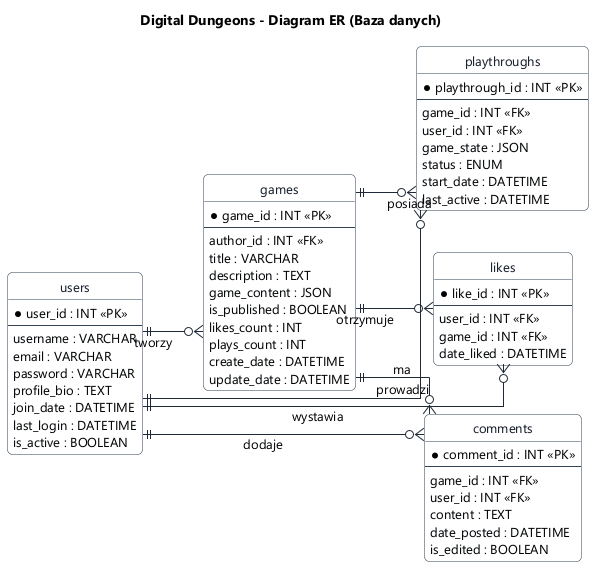
Earlier version of the PlantUML export Praca Licencjacka/diagramy-plantuml/erd.png (NasiadkaMaciej/Digital-Dungeons).
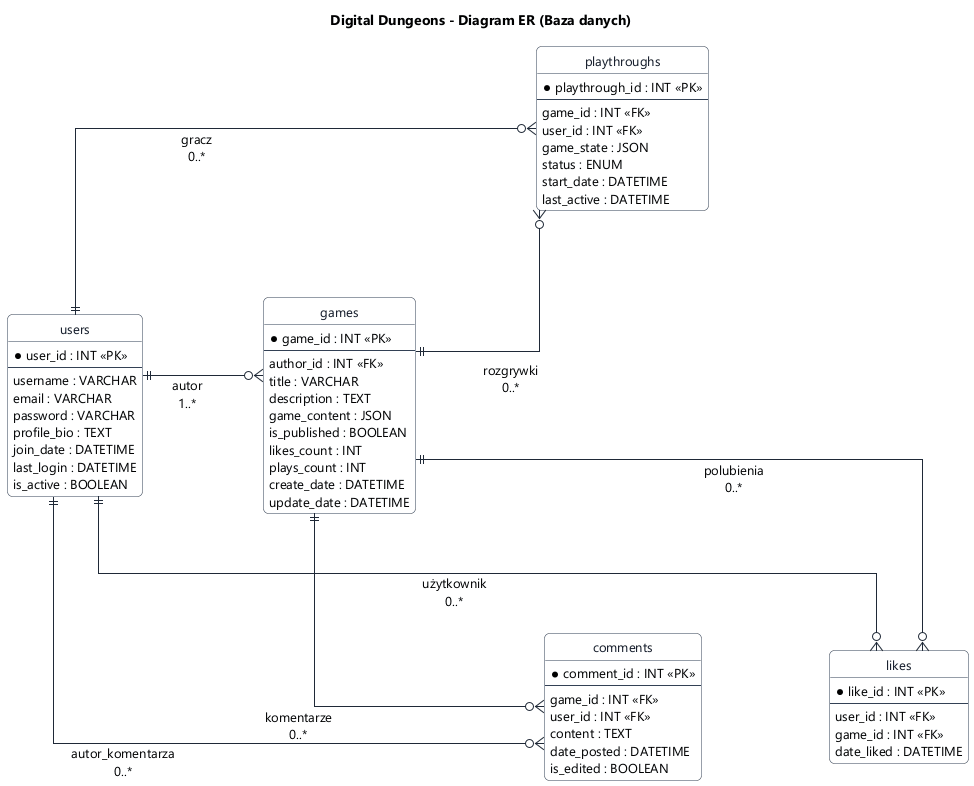
The same file after the commit.

Diff of the diagram source:
```diff
@@ -2,6 +2,13 @@
 !include style.iuml
 title Digital Dungeons - Diagram ER (Baza danych)
 left to right direction
+skinparam linetype ortho
+skinparam shadowing false
+skinparam nodesep 140
+skinparam ranksep 120
+skinparam horizontalLabelDistance 80
+skinparam verticalLabelDistance 24
+skinparam entityPadding 12
 
 entity "users" as USERS {
   * user_id : INT <<PK>>
@@ -40,14 +47,6 @@
   last_active : DATETIME
 }
 
-entity "likes" as LIKES {
-  * like_id : INT <<PK>>
-  --
-  user_id : INT <<FK>>
-  game_id : INT <<FK>>
-  date_liked : DATETIME
-}
-
 entity "comments" as COMMENTS {
   * comment_id : INT <<PK>>
   --
@@ -58,11 +57,24 @@
   is_edited : BOOLEAN
 }
 
-USERS ||--o{ GAMES : tworzy
-GAMES ||--o{ PLAYTHROUGHS : posiada
-USERS ||--o{ PLAYTHROUGHS : prowadzi
-GAMES ||--o{ COMMENTS : ma
-USERS ||--o{ COMMENTS : dodaje
-USERS ||--o{ LIKES : wystawia
-GAMES ||--o{ LIKES : otrzymuje
+entity "likes" as LIKES {
+  * like_id : INT <<PK>>
+  --
+  user_id : INT <<FK>>
+  game_id : INT <<FK>>
+  date_liked : DATETIME
+}
+
+GAMES ||--o{ PLAYTHROUGHS : "\nrozgrywki\n0..*"
+USERS ||--o{ PLAYTHROUGHS : "gracz\n0..*"
+USERS ||--o{ GAMES : "autor\n1..*"
+GAMES ||--o{ COMMENTS : "komentarze\n0..*"
+USERS ||--o{ COMMENTS : "autor_komentarza\n0..*"
+USERS ||--o{ LIKES : "użytkownik\n0..*"
+GAMES ||--o{ LIKES : "polubienia\n0..*"
+
+USERS -[hidden]-> GAMES
+GAMES -[hidden]-> PLAYTHROUGHS
+GAMES -[hidden]-> COMMENTS
+COMMENTS -[hidden]-> LIKES
 @enduml
```
